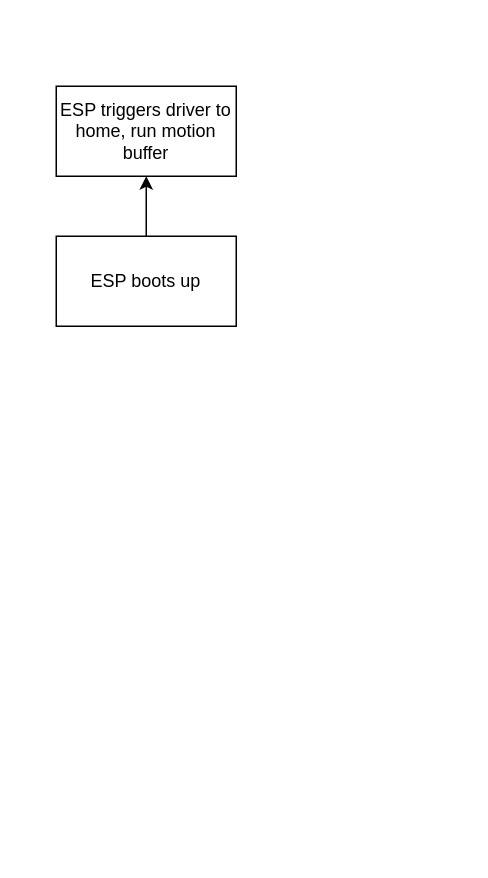
Before: Untitled Diagram.drawio in geraldekhs/Demo-room-planning, a draw.io diagram. Source tidied: cells renumbered, new cells numbered last; positions are measured from the earlier drawing's top-left corner, leaving out a move shared by most shapes. Both pictures are drawn from the tidied source at 150%, with x=0, y=0 at pixel (56, 86).
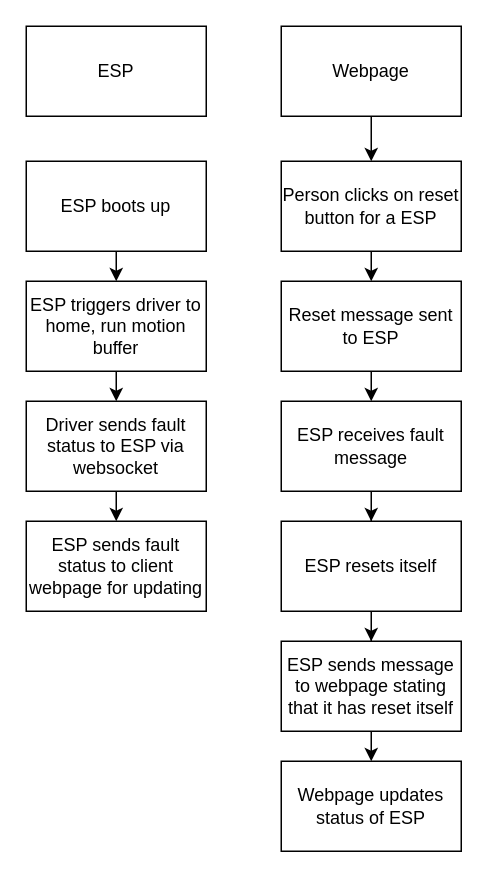
The same page after the edit.

The edit, as a diff of the source:
```diff
@@
-    <mxCell id="2" style="edgeStyle=orthogonalEdgeStyle;rounded=0;jettySize=auto;html=1;entryX=0.5;entryY=1;entryDx=0;entryDy=0;" parent="1" edge="1" source="3" target="4">
+    <mxCell id="2" style="edgeStyle=orthogonalEdgeStyle;rounded=0;jettySize=auto;html=1;exitX=0.5;exitY=1;exitDx=0;exitDy=0;entryX=0.5;entryY=0;entryDx=0;entryDy=0;" parent="1" edge="1" source="3" target="4">
       <mxGeometry relative="1" as="geometry" />
     </mxCell>
     <mxCell id="3" value="ESP boots up" style="rounded=0;whiteSpace=wrap;html=1;" parent="1" vertex="1">
-      <mxGeometry y="100" width="120" height="60" as="geometry" />
+      <mxGeometry x="-20" y="50" width="120" height="60" as="geometry" />
     </mxCell>
+    <mxCell id="5" style="edgeStyle=orthogonalEdgeStyle;rounded=0;jettySize=auto;html=1;exitX=0.5;exitY=1;exitDx=0;exitDy=0;entryX=0.5;entryY=0;entryDx=0;entryDy=0;" parent="1" edge="1" source="4" target="7">
+      <mxGeometry relative="1" as="geometry" />
+    </mxCell>
     <mxCell id="4" value="ESP triggers driver to home, run motion buffer" style="rounded=0;whiteSpace=wrap;html=1;" parent="1" vertex="1">
-      <mxGeometry width="120" height="60" as="geometry" />
+      <mxGeometry x="-20" y="130" width="120" height="60" as="geometry" />
     </mxCell>
+    <mxCell id="6" style="edgeStyle=orthogonalEdgeStyle;rounded=0;jettySize=auto;html=1;exitX=0.5;exitY=1;exitDx=0;exitDy=0;entryX=0.5;entryY=0;entryDx=0;entryDy=0;" parent="1" edge="1" source="7" target="8">
+      <mxGeometry relative="1" as="geometry" />
+    </mxCell>
+    <mxCell id="7" value="Driver sends fault status to ESP via websocket" style="rounded=0;whiteSpace=wrap;html=1;" parent="1" vertex="1">
+      <mxGeometry x="-20" y="210" width="120" height="60" as="geometry" />
+    </mxCell>
+    <mxCell id="8" value="ESP sends fault status to client webpage for updating" style="rounded=0;whiteSpace=wrap;html=1;" parent="1" vertex="1">
+      <mxGeometry x="-20" y="290" width="120" height="60" as="geometry" />
+    </mxCell>
+    <mxCell id="9" value="ESP" style="rounded=0;whiteSpace=wrap;html=1;" parent="1" vertex="1">
+      <mxGeometry x="-20" y="-40" width="120" height="60" as="geometry" />
+    </mxCell>
+    <mxCell id="10" style="edgeStyle=orthogonalEdgeStyle;rounded=0;jettySize=auto;html=1;exitX=0.5;exitY=1;exitDx=0;exitDy=0;entryX=0.5;entryY=0;entryDx=0;entryDy=0;" parent="1" edge="1" source="11" target="13">
+      <mxGeometry relative="1" as="geometry" />
+    </mxCell>
+    <mxCell id="11" value="Webpage" style="rounded=0;whiteSpace=wrap;html=1;" parent="1" vertex="1">
+      <mxGeometry x="150" y="-40" width="120" height="60" as="geometry" />
+    </mxCell>
+    <mxCell id="12" style="edgeStyle=orthogonalEdgeStyle;rounded=0;jettySize=auto;html=1;exitX=0.5;exitY=1;exitDx=0;exitDy=0;entryX=0.5;entryY=0;entryDx=0;entryDy=0;" parent="1" edge="1" source="13" target="15">
+      <mxGeometry relative="1" as="geometry" />
+    </mxCell>
+    <mxCell id="13" value="Person clicks on reset button for a ESP" style="rounded=0;whiteSpace=wrap;html=1;" parent="1" vertex="1">
+      <mxGeometry x="150" y="50" width="120" height="60" as="geometry" />
+    </mxCell>
+    <mxCell id="14" style="edgeStyle=orthogonalEdgeStyle;rounded=0;jettySize=auto;html=1;exitX=0.5;exitY=1;exitDx=0;exitDy=0;entryX=0.5;entryY=0;entryDx=0;entryDy=0;" parent="1" edge="1" source="15" target="17">
+      <mxGeometry relative="1" as="geometry" />
+    </mxCell>
+    <mxCell id="15" value="Reset message sent to ESP" style="rounded=0;whiteSpace=wrap;html=1;" parent="1" vertex="1">
+      <mxGeometry x="150" y="130" width="120" height="60" as="geometry" />
+    </mxCell>
+    <mxCell id="16" style="edgeStyle=orthogonalEdgeStyle;rounded=0;jettySize=auto;html=1;" parent="1" edge="1" source="17" target="19">
+      <mxGeometry relative="1" as="geometry" />
+    </mxCell>
+    <mxCell id="17" value="ESP receives fault message" style="rounded=0;whiteSpace=wrap;html=1;" parent="1" vertex="1">
+      <mxGeometry x="150" y="210" width="120" height="60" as="geometry" />
+    </mxCell>
+    <mxCell id="18" style="edgeStyle=orthogonalEdgeStyle;rounded=0;jettySize=auto;html=1;" parent="1" edge="1" source="19" target="21">
+      <mxGeometry relative="1" as="geometry" />
+    </mxCell>
+    <mxCell id="19" value="ESP resets itself" style="rounded=0;whiteSpace=wrap;html=1;" parent="1" vertex="1">
+      <mxGeometry x="150" y="290" width="120" height="60" as="geometry" />
+    </mxCell>
+    <mxCell id="20" style="edgeStyle=orthogonalEdgeStyle;rounded=0;jettySize=auto;html=1;exitX=0.5;exitY=1;exitDx=0;exitDy=0;entryX=0.5;entryY=0;entryDx=0;entryDy=0;" parent="1" edge="1" source="21" target="22">
+      <mxGeometry relative="1" as="geometry" />
+    </mxCell>
+    <mxCell id="21" value="ESP sends message to webpage stating that it has reset itself" style="rounded=0;whiteSpace=wrap;html=1;" parent="1" vertex="1">
+      <mxGeometry x="150" y="370" width="120" height="60" as="geometry" />
+    </mxCell>
+    <mxCell id="22" value="Webpage updates status of ESP" style="rounded=0;whiteSpace=wrap;html=1;" parent="1" vertex="1">
+      <mxGeometry x="150" y="450" width="120" height="60" as="geometry" />
+    </mxCell>
```
